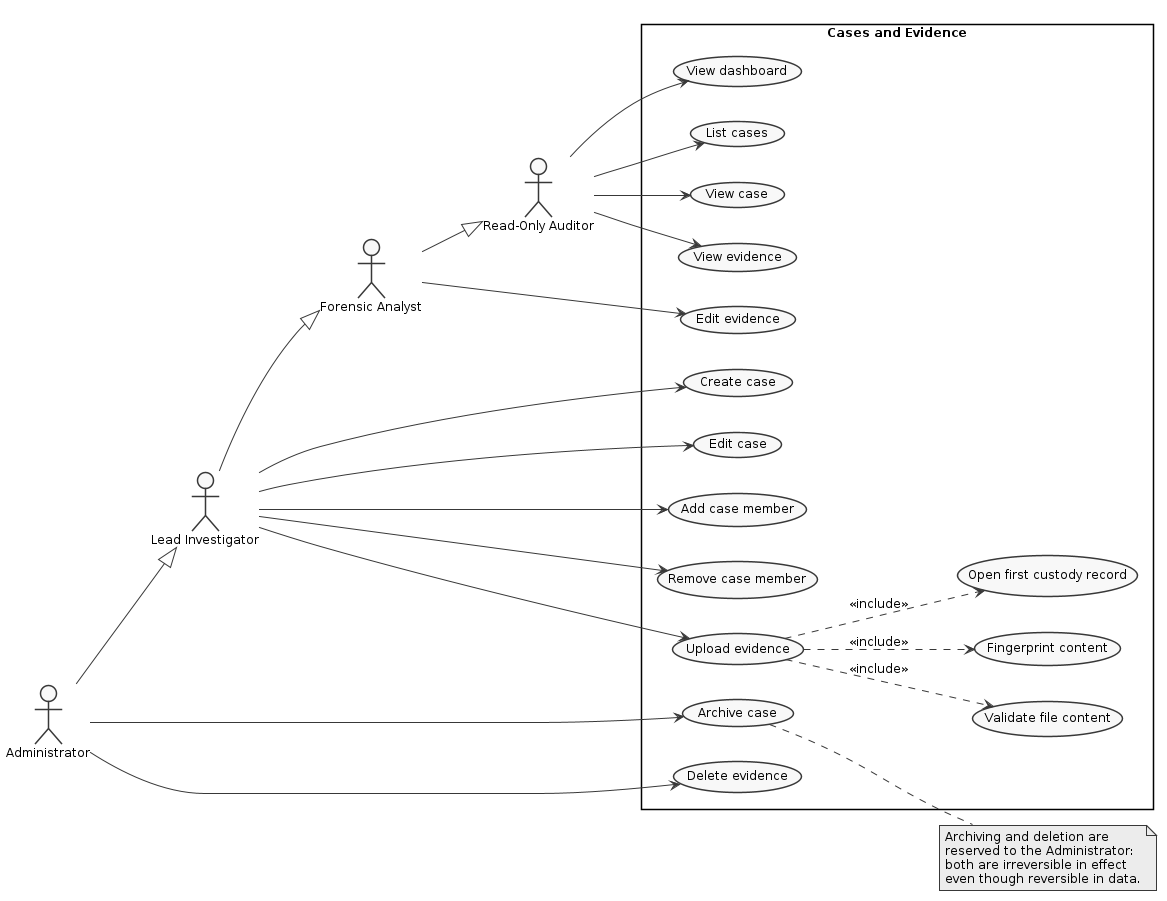
Above: diagrams_v3/02_usecase_case_evidence.png in vidhyaharini0/DEICMS (PlantUML), before the change. The source it was exported from:
```plantuml
@startuml
skinparam monochrome true
skinparam shadowing false
skinparam defaultFontName Arial
skinparam defaultFontSize 12
skinparam backgroundColor white
left to right direction

actor "Read-Only Auditor" as RO
actor "Forensic Analyst"  as ANA
actor "Lead Investigator" as LEAD
actor "Administrator"     as ADM
ANA --|> RO
LEAD --|> ANA
ADM --|> LEAD

rectangle "Cases and Evidence" {
  usecase "View dashboard"        as UC1
  usecase "List cases"            as UC2
  usecase "View case"             as UC3
  usecase "View evidence"         as UC4
  usecase "Create case"           as UC5
  usecase "Edit case"             as UC6
  usecase "Add case member"       as UC7
  usecase "Remove case member"    as UC8
  usecase "Upload evidence"       as UC9
  usecase "Edit evidence"         as UC10
  usecase "Archive case"          as UC11
  usecase "Delete evidence"       as UC12
  usecase "Validate file content" as UC13
  usecase "Fingerprint content"   as UC14
  usecase "Open first custody record" as UC15
}

RO   --> UC1
RO   --> UC2
RO   --> UC3
RO   --> UC4
ANA  --> UC10
LEAD --> UC5
LEAD --> UC6
LEAD --> UC7
LEAD --> UC8
LEAD --> UC9
ADM  --> UC11
ADM  --> UC12

UC9 ..> UC13 : <<include>>
UC9 ..> UC14 : <<include>>
UC9 ..> UC15 : <<include>>

note right of UC11
  Archiving and deletion are
  reserved to the Administrator:
  both are irreversible in effect
  even though reversible in data.
end note
@enduml
```
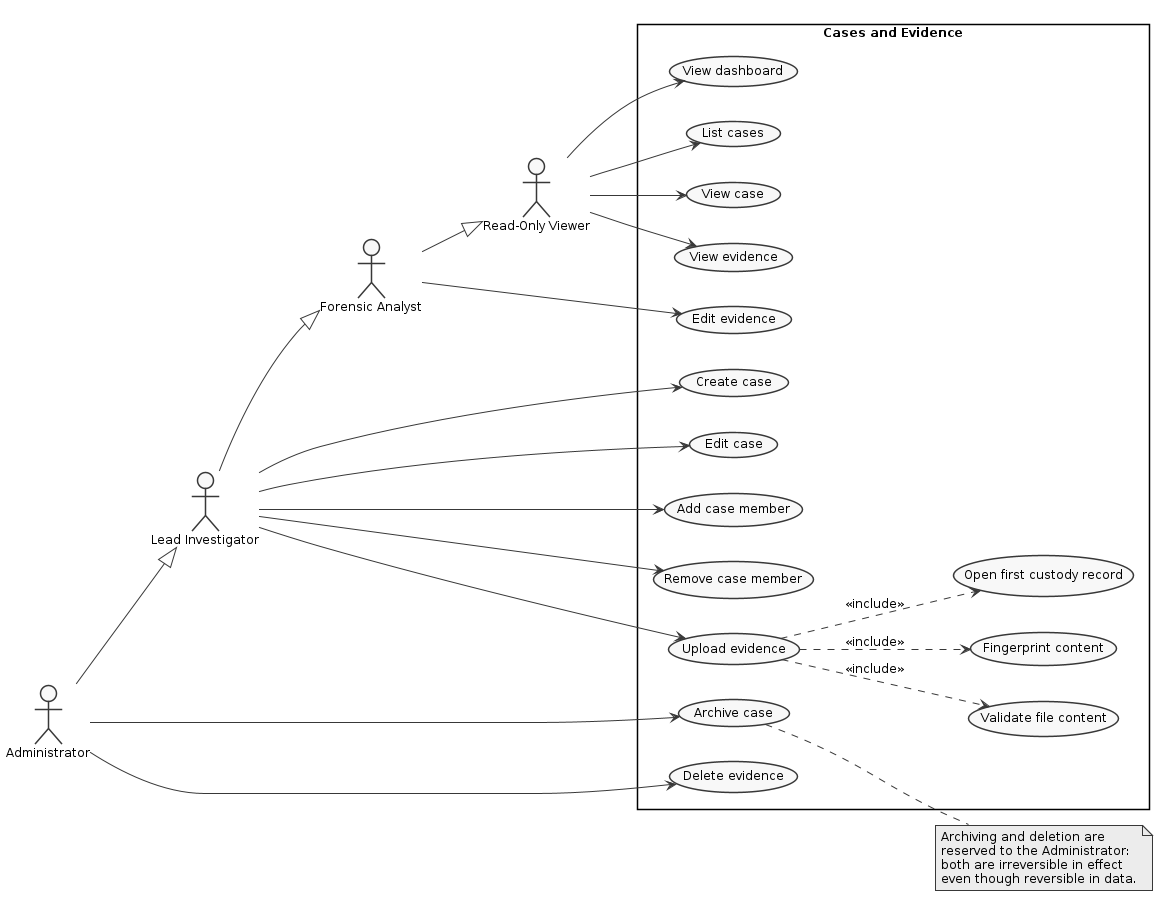
The same diagram one commit later.

Change to the diagram source:
```diff
@@ -6,7 +6,7 @@
 skinparam backgroundColor white
 left to right direction
 
-actor "Read-Only Auditor" as RO
+actor "Read-Only Viewer" as RO
 actor "Forensic Analyst"  as ANA
 actor "Lead Investigator" as LEAD
 actor "Administrator"     as ADM
```
